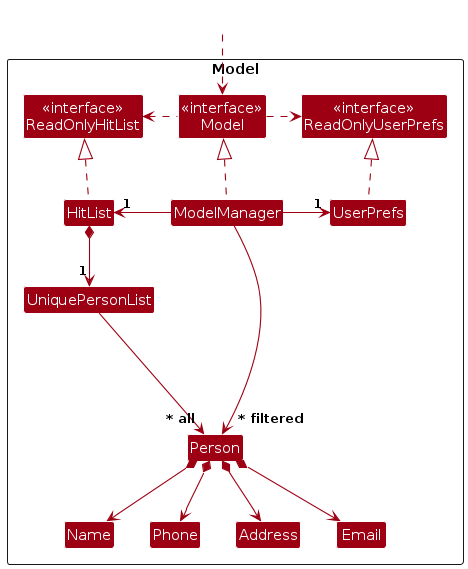
Before: diagrams/ModelClassDiagram.png, a diagram exported from PlantUML (AY2526S2-CS2103T-W11-2/tp). Its source is kept beside it as diagrams/ModelClassDiagram.puml.
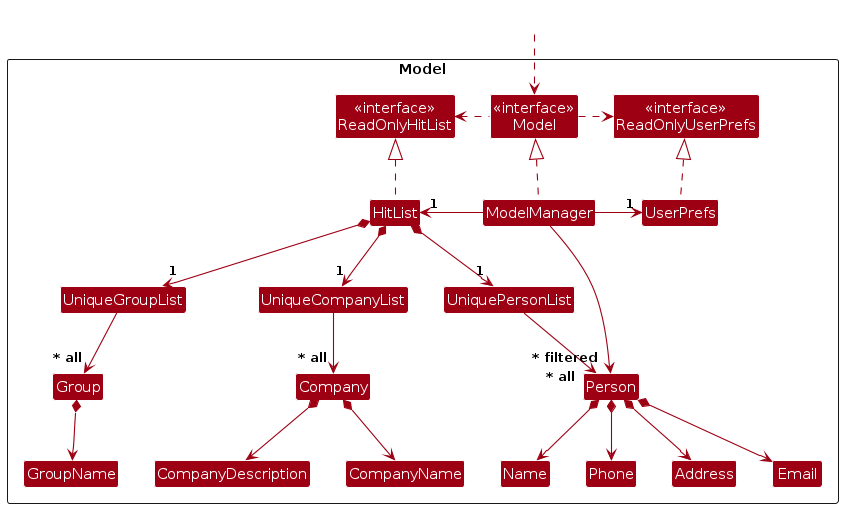
After the change.

Diff of the diagram source:
```diff
@@ -18,6 +18,15 @@
 Class Email
 Class Name
 Class Phone
+
+Class UniqueGroupList
+Class Group
+Class GroupName
+
+Class UniqueCompanyList
+Class Company
+Class CompanyName
+Class CompanyDescription
 
 Class I #FFFFFF
 }
@@ -41,8 +50,14 @@
 Person *--> Email
 Person *--> Address
 
-Person -[hidden]up--> I
-UniquePersonList -[hidden]right-> I
+HitList *--> "1" UniqueGroupList
+UniqueGroupList --> "~* all" Group
+Group *--> GroupName
+
+HitList *--> "1" UniqueCompanyList
+UniqueCompanyList --> "~* all" Company
+Company *--> CompanyName
+Company *--> CompanyDescription
 
 Name -[hidden]right-> Phone
 Phone -[hidden]right-> Address
```
